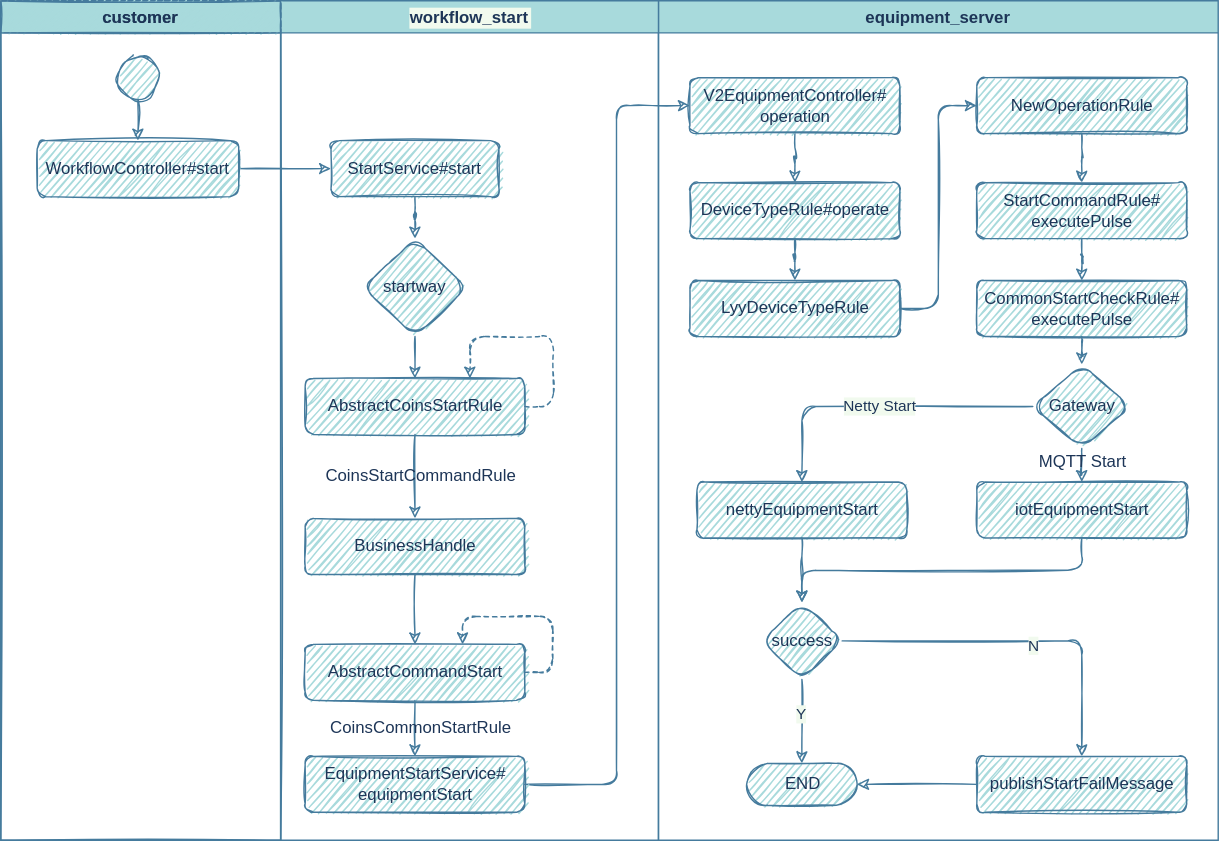
Above: start flow.drawio.svg in jingwux/diagrams (draw.io), before the change. Source tidied: cells renumbered, new cells last; positions are measured from the earlier drawing's top-left corner, leaving out a move shared by most shapes.
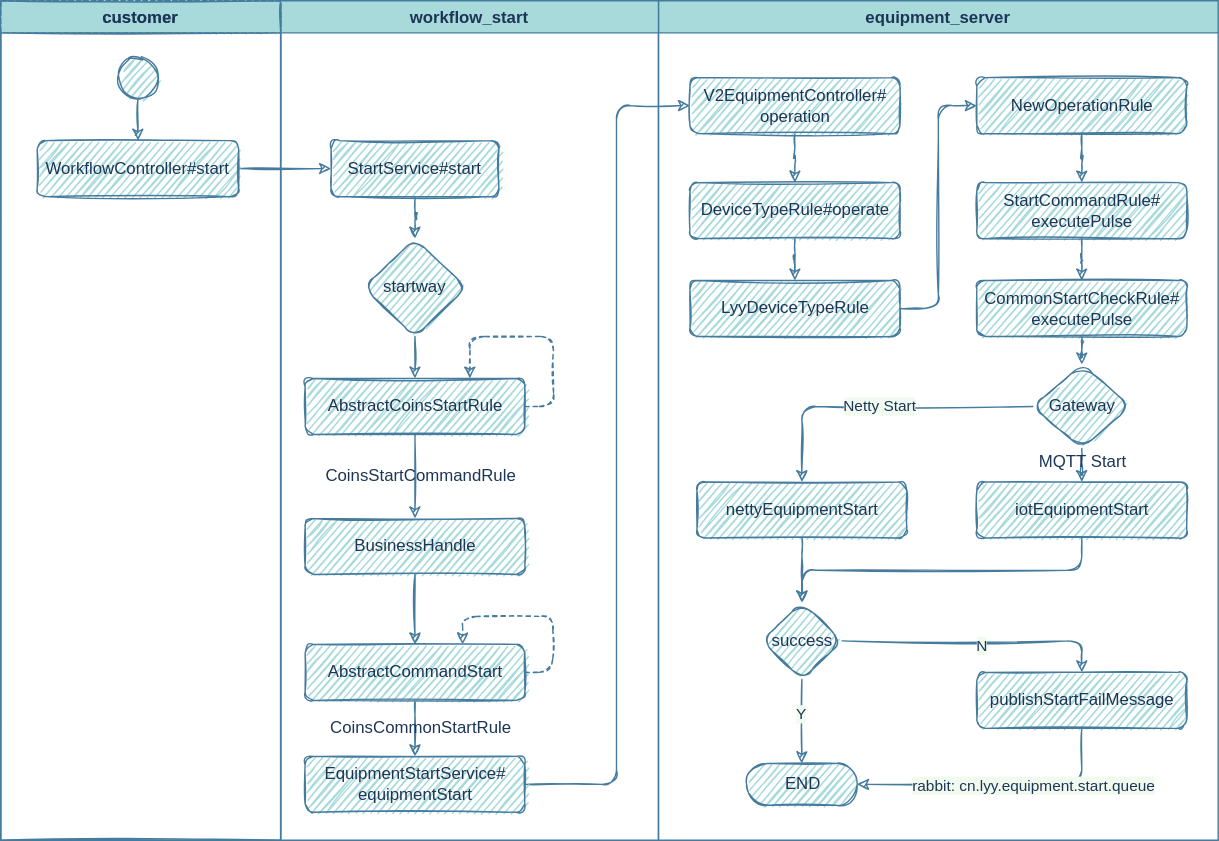
The same file after the commit.

Diff of the diagram source:
```diff
@@ -2,11 +2,11 @@
   <root>
     <mxCell id="0" />
     <mxCell id="1" parent="0" />
-    <mxCell id="2" style="edgeStyle=orthogonalEdgeStyle;jettySize=auto;html=1;exitX=1;exitY=0.5;exitDx=0;exitDy=0;dashed=1;strokeColor=#457B9D;fontColor=#1D3557;sketch=1;labelBackgroundColor=#F1FAEE;" parent="1" edge="1" source="47">
-      <mxGeometry relative="1" as="geometry">
-        <mxPoint x="330" y="460" as="targetPoint" />
-      </mxGeometry>
-    </mxCell>
+    <mxCell id="54" style="edgeStyle=orthogonalEdgeStyle;jettySize=auto;html=1;exitX=1;exitY=0.5;exitDx=0;exitDy=0;dashed=1;strokeColor=#457B9D;fontColor=#1D3557;sketch=1;labelBackgroundColor=#F1FAEE;" parent="1" edge="1" source="47">
+      <mxGeometry relative="1" as="geometry">
+        <mxPoint x="330" y="460" as="targetPoint" />
+      </mxGeometry>
+    </mxCell>
     <mxCell id="3" value="equipment_server" style="swimlane;fillColor=#A8DADC;strokeColor=#457B9D;fontColor=#1D3557;sketch=0;rounded=0;" parent="1" vertex="1">
       <mxGeometry x="470" width="400" height="600" as="geometry" />
     </mxCell>
@@ -23,7 +23,7 @@
       <mxGeometry x="-0.2" y="-1" relative="1" as="geometry" />
     </mxCell>
     <mxCell id="8" value="publishStartFailMessage" style="whiteSpace=wrap;html=1;fontSize=12;glass=0;strokeWidth=1;shadow=0;fillColor=#A8DADC;strokeColor=#457B9D;fontColor=#1D3557;sketch=1;rounded=1;" parent="3" vertex="1">
-      <mxGeometry x="227.5" y="540" width="150" height="40" as="geometry" />
+      <mxGeometry x="227.5" y="480" width="150" height="40" as="geometry" />
     </mxCell>
     <mxCell id="9" style="edgeStyle=orthogonalEdgeStyle;jettySize=auto;html=1;exitX=1;exitY=0.5;exitDx=0;exitDy=0;entryX=0.5;entryY=0;entryDx=0;entryDy=0;strokeColor=#457B9D;fontColor=#1D3557;sketch=1;labelBackgroundColor=#F1FAEE;" parent="3" edge="1" source="4" target="8">
       <mxGeometry relative="1" as="geometry" />
@@ -33,9 +33,14 @@
         <mxPoint x="-20" as="offset" />
       </mxGeometry>
     </mxCell>
-    <mxCell id="11" style="edgeStyle=orthogonalEdgeStyle;jettySize=auto;html=1;exitX=0;exitY=0.5;exitDx=0;exitDy=0;entryX=1;entryY=0.5;entryDx=0;entryDy=0;entryPerimeter=0;strokeColor=#457B9D;fontColor=#1D3557;sketch=1;labelBackgroundColor=#F1FAEE;" parent="3" edge="1" source="8" target="5">
+    <mxCell id="11" style="edgeStyle=orthogonalEdgeStyle;jettySize=auto;html=1;exitX=0.5;exitY=1;exitDx=0;exitDy=0;entryX=1;entryY=0.5;entryDx=0;entryDy=0;entryPerimeter=0;strokeColor=#457B9D;fontColor=#1D3557;sketch=1;labelBackgroundColor=#F1FAEE;" parent="3" edge="1" source="8" target="5">
       <mxGeometry relative="1" as="geometry" />
     </mxCell>
+    <mxCell id="55" value="rabbit:&amp;nbsp;cn.lyy.equipment.start.queue" style="edgeLabel;html=1;align=center;verticalAlign=middle;fontColor=#1D3557;labelBackgroundColor=#F1FAEE;" parent="11" vertex="1">
+      <mxGeometry x="-0.02" y="1" relative="1" as="geometry">
+        <mxPoint x="24" y="-1" as="offset" />
+      </mxGeometry>
+    </mxCell>
     <mxCell id="12" value="iotEquipmentStart" style="whiteSpace=wrap;html=1;fontSize=12;glass=0;strokeWidth=1;shadow=0;fillColor=#A8DADC;strokeColor=#457B9D;fontColor=#1D3557;sketch=1;rounded=1;" parent="3" vertex="1">
       <mxGeometry x="227.5" y="344" width="150" height="40" as="geometry" />
     </mxCell>
@@ -86,7 +91,7 @@
     <mxCell id="26" style="edgeStyle=orthogonalEdgeStyle;jettySize=auto;html=1;strokeColor=#457B9D;fontColor=#1D3557;sketch=1;labelBackgroundColor=#F1FAEE;" parent="3" edge="1" source="20" target="22">
       <mxGeometry relative="1" as="geometry" />
     </mxCell>
-    <mxCell id="27" value="workflow_start" style="swimlane;fillColor=#A8DADC;strokeColor=#457B9D;fontColor=#1D3557;sketch=0;rounded=0;labelBackgroundColor=#F1FAEE;" parent="1" vertex="1">
+    <mxCell id="27" value="workflow_start" style="swimlane;fillColor=#A8DADC;strokeColor=#457B9D;fontColor=#1D3557;sketch=0;rounded=0;labelBackgroundColor=none;" parent="1" vertex="1">
       <mxGeometry x="200" width="270" height="600" as="geometry" />
     </mxCell>
     <mxCell id="28" value="AbstractCoinsStartRule" style="whiteSpace=wrap;html=1;fontSize=12;glass=0;strokeWidth=1;shadow=0;fillColor=#A8DADC;strokeColor=#457B9D;fontColor=#1D3557;sketch=1;rounded=1;" parent="27" vertex="1">
```
